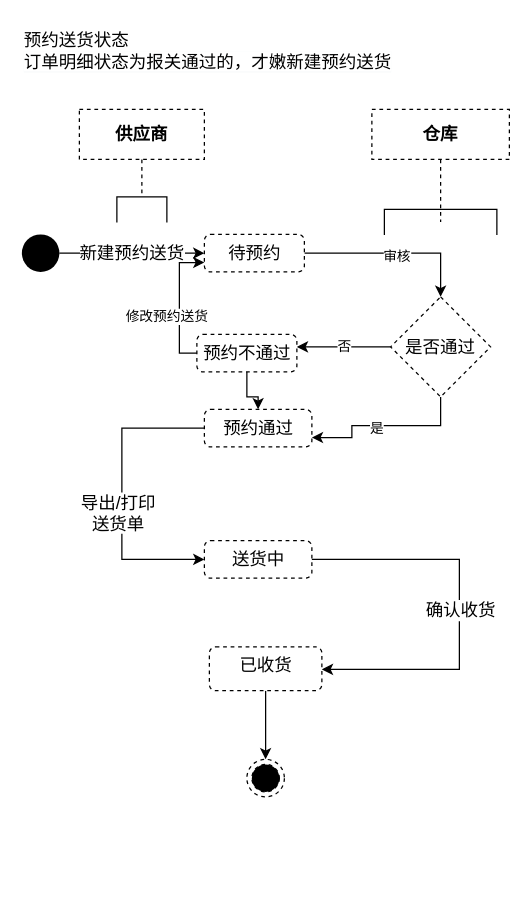
easefulfil/CLOUDCARE keeps this draw.io diagram as page "预约送货状态" (9 of 10) of shrine-doc/进区预约系统.drawio. Above is the earlier version. Source tidied: cells renumbered, new cells numbered last; positions are measured from the earlier drawing's top-left corner, leaving out a move shared by most shapes. Both pictures are drawn from the tidied source at 125%, with x=0, y=0 at pixel (21, 21).
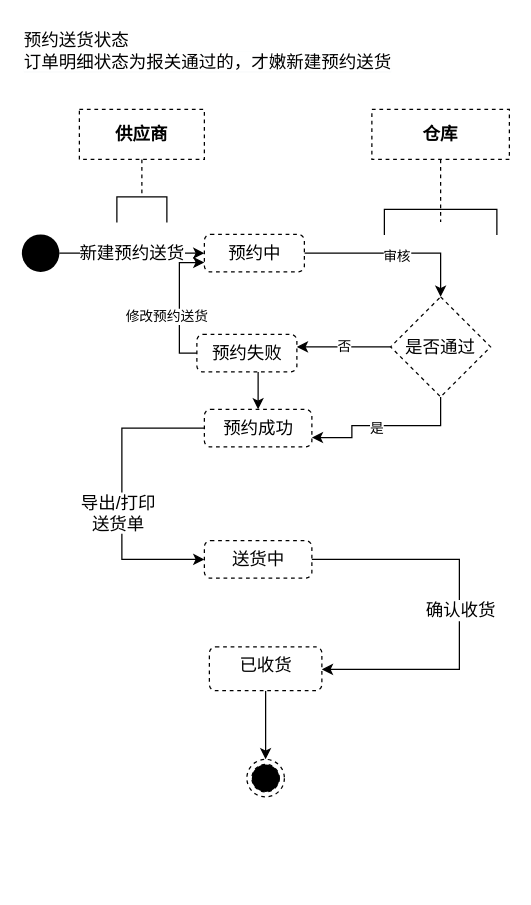
The same page after the edit.

What changed in the source:
```diff
@@
-    <mxCell id="6" value="待预约" style="html=1;align=center;verticalAlign=top;rounded=1;absoluteArcSize=1;arcSize=10;dashed=1;fontSize=14;" parent="1" vertex="1">
+    <mxCell id="6" value="预约中" style="html=1;align=center;verticalAlign=top;rounded=1;absoluteArcSize=1;arcSize=10;dashed=1;fontSize=14;" parent="1" vertex="1">
       <mxGeometry x="146" y="170" width="80" height="30" as="geometry" />
     </mxCell>
@@
-    <mxCell id="9" value="预约通过" style="html=1;align=center;verticalAlign=top;rounded=1;absoluteArcSize=1;arcSize=10;dashed=1;fontSize=14;" parent="1" vertex="1">
+    <mxCell id="9" value="预约成功" style="html=1;align=center;verticalAlign=top;rounded=1;absoluteArcSize=1;arcSize=10;dashed=1;fontSize=14;" parent="1" vertex="1">
       <mxGeometry x="146" y="310" width="86" height="30" as="geometry" />
     </mxCell>
@@
     <mxCell id="28" style="edgeStyle=orthogonalEdgeStyle;rounded=0;jettySize=auto;html=1;" parent="1" edge="1" source="29" target="9">
-      <mxGeometry relative="1" as="geometry" />
+      <mxGeometry relative="1" as="geometry">
+        <Array as="points">
+          <mxPoint x="189" y="290" />
+          <mxPoint x="189" y="290" />
+        </Array>
+      </mxGeometry>
     </mxCell>
-    <mxCell id="29" value="预约不通过" style="html=1;align=center;verticalAlign=top;rounded=1;absoluteArcSize=1;arcSize=10;dashed=1;fontSize=14;" parent="1" vertex="1">
+    <mxCell id="29" value="预约失败" style="html=1;align=center;verticalAlign=top;rounded=1;absoluteArcSize=1;arcSize=10;dashed=1;fontSize=14;" parent="1" vertex="1">
       <mxGeometry x="140" y="250" width="80" height="30" as="geometry" />
     </mxCell>
```
